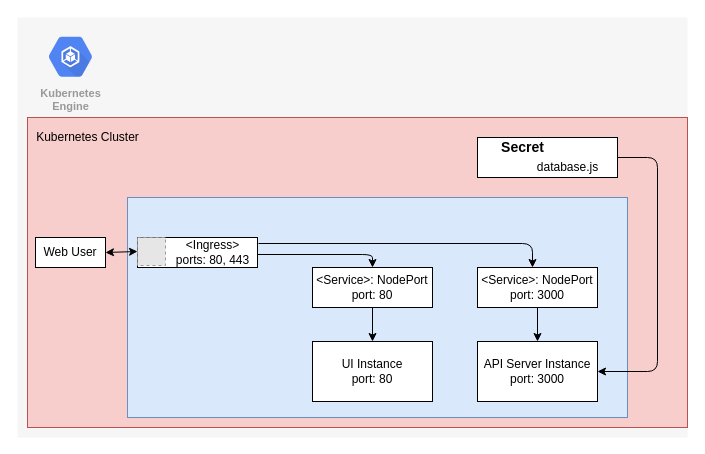
Above: docs/images/src/k8s.drawio in visulate/visulate-for-oracle (draw.io), before the change. Source tidied: cells renumbered, new cells numbered last; positions are measured from the earlier drawing's top-left corner, leaving out a move shared by most shapes. Both pictures are drawn from the tidied source at 100%, with x=0, y=0 at pixel (17, 17). Pictures stored in the file or linked from it are replaced by grey dashed boxes.
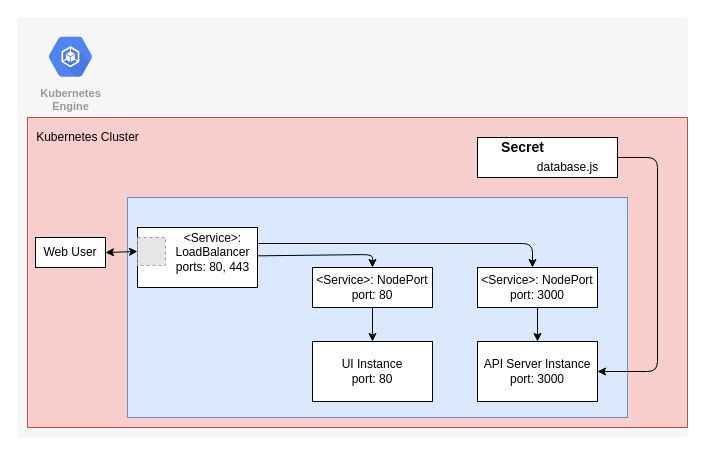
The same page after the edit.

Commit message (it also covers changes not shown here):
remove ingress component

What changed in the source:
```diff
@@
     <mxCell id="7" style="whiteSpace=wrap;html=1;" parent="1" vertex="1">
-      <mxGeometry x="120" y="220" width="120" height="30" as="geometry" />
+      <mxGeometry x="120" y="210" width="120" height="60" as="geometry" />
     </mxCell>
@@
-    <mxCell id="9" value="&amp;lt;Ingress&amp;gt;&lt;br&gt;ports: 80, 443" style="text;html=1;align=center;verticalAlign=middle;points=[];fillColor=none;strokeColor=none;rounded=0;" parent="1" vertex="1">
-      <mxGeometry x="150" y="220" width="90" height="30" as="geometry" />
+    <mxCell id="9" value="&amp;lt;Service&amp;gt;: &lt;br&gt;LoadBalancer&lt;br&gt;ports: 80, 443" style="text;html=1;align=center;verticalAlign=middle;points=[];fillColor=none;strokeColor=none;rounded=0;" parent="1" vertex="1">
+      <mxGeometry x="150" y="210" width="90" height="50" as="geometry" />
     </mxCell>
@@
-    <mxCell id="16" style="endArrow=classic;html=1;exitX=1.011;exitY=0.2;exitDx=0;exitDy=0;exitPerimeter=0;entryX=0.5;entryY=0;entryDx=0;entryDy=0;" parent="1" edge="1" source="9">
+    <mxCell id="16" style="endArrow=classic;html=1;entryX=0.5;entryY=0;entryDx=0;entryDy=0;" parent="1" edge="1">
       <mxGeometry relative="1" as="geometry">
+        <mxPoint x="241" y="226" as="sourcePoint" />
         <mxPoint x="515" y="250" as="targetPoint" />
         <Array as="points">
           <mxPoint x="515" y="226" />
         </Array>
       </mxGeometry>
     </mxCell>
```
